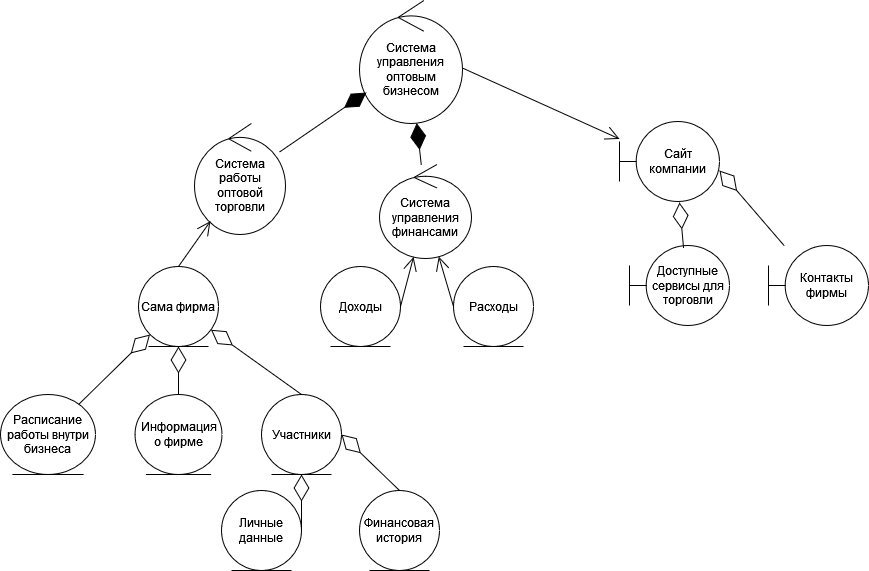
Above: 1.drawio.png in Helpmepleaseitishard/Aikms (draw.io), before the change. Source tidied: cells renumbered, new cells last; positions are measured from the earlier drawing's top-left corner, leaving out a move shared by most shapes. Source of this version:
```xml
<mxGraphModel>
  <root>
    <mxCell id="0" />
    <mxCell id="1" parent="0" />
    <mxCell id="2" value="Система управления оптовым бизнесом" style="ellipse;shape=umlControl;whiteSpace=wrap;html=1;" parent="1" vertex="1">
      <mxGeometry x="359" width="103" height="123" as="geometry" />
    </mxCell>
    <mxCell id="3" value="Система работы оптовой торговли" style="ellipse;shape=umlControl;whiteSpace=wrap;html=1;" parent="1" vertex="1">
      <mxGeometry x="194" y="123" width="91" height="111" as="geometry" />
    </mxCell>
    <mxCell id="4" value="Система управления финансами" style="ellipse;shape=umlControl;whiteSpace=wrap;html=1;" parent="1" vertex="1">
      <mxGeometry x="379" y="164" width="92" height="94" as="geometry" />
    </mxCell>
    <mxCell id="5" value="Сайт компании" style="shape=umlBoundary;whiteSpace=wrap;html=1;" parent="1" vertex="1">
      <mxGeometry x="619" y="121" width="100" height="80" as="geometry" />
    </mxCell>
    <mxCell id="6" value="Доходы" style="ellipse;shape=umlEntity;whiteSpace=wrap;html=1;" parent="1" vertex="1">
      <mxGeometry x="320" y="266" width="80" height="80" as="geometry" />
    </mxCell>
    <mxCell id="7" value="Расходы" style="ellipse;shape=umlEntity;whiteSpace=wrap;html=1;" parent="1" vertex="1">
      <mxGeometry x="453" y="266" width="80" height="80" as="geometry" />
    </mxCell>
    <mxCell id="8" value="Доступные сервисы для торговли" style="shape=umlBoundary;whiteSpace=wrap;html=1;" parent="1" vertex="1">
      <mxGeometry x="629" y="245" width="100" height="80" as="geometry" />
    </mxCell>
    <mxCell id="9" value="Контакты фирмы" style="shape=umlBoundary;whiteSpace=wrap;html=1;" parent="1" vertex="1">
      <mxGeometry x="768" y="245" width="100" height="80" as="geometry" />
    </mxCell>
    <mxCell id="10" value="Сама фирма" style="ellipse;shape=umlEntity;whiteSpace=wrap;html=1;" parent="1" vertex="1">
      <mxGeometry x="138" y="266" width="80" height="80" as="geometry" />
    </mxCell>
    <mxCell id="11" value="Расписание работы внутри бизнеса" style="ellipse;shape=umlEntity;whiteSpace=wrap;html=1;" parent="1" vertex="1">
      <mxGeometry y="394" width="95" height="80" as="geometry" />
    </mxCell>
    <mxCell id="12" value="Информация о фирме" style="ellipse;shape=umlEntity;whiteSpace=wrap;html=1;" parent="1" vertex="1">
      <mxGeometry x="134.5" y="394" width="87" height="80" as="geometry" />
    </mxCell>
    <mxCell id="13" value="Участники" style="ellipse;shape=umlEntity;whiteSpace=wrap;html=1;" parent="1" vertex="1">
      <mxGeometry x="261" y="394" width="80" height="80" as="geometry" />
    </mxCell>
    <mxCell id="14" value="Личные данные" style="ellipse;shape=umlEntity;whiteSpace=wrap;html=1;" parent="1" vertex="1">
      <mxGeometry x="221" y="490" width="80" height="80" as="geometry" />
    </mxCell>
    <mxCell id="15" value="Финансовая история" style="ellipse;shape=umlEntity;whiteSpace=wrap;html=1;" parent="1" vertex="1">
      <mxGeometry x="359" y="490" width="80" height="80" as="geometry" />
    </mxCell>
    <mxCell id="16" style="endArrow=diamondThin;endFill=1;endSize=24;html=1;rounded=0;fontSize=12;curved=1;" parent="1" edge="1" source="4" target="2">
      <mxGeometry relative="1" as="geometry" />
    </mxCell>
    <mxCell id="17" style="endArrow=diamondThin;endFill=1;endSize=24;html=1;rounded=0;fontSize=12;curved=1;" parent="1" edge="1" source="3" target="2">
      <mxGeometry relative="1" as="geometry" />
    </mxCell>
    <mxCell id="18" style="endArrow=open;endFill=1;endSize=12;html=1;rounded=0;fontSize=12;curved=1;exitX=1.01;exitY=0.553;exitDx=0;exitDy=0;exitPerimeter=0;" parent="1" edge="1" source="2" target="5">
      <mxGeometry relative="1" as="geometry" />
    </mxCell>
    <mxCell id="19" style="endArrow=diamondThin;endFill=0;endSize=24;html=1;rounded=0;fontSize=12;curved=1;exitX=0.54;exitY=0.025;exitDx=0;exitDy=0;exitPerimeter=0;entryX=0.6;entryY=1.013;entryDx=0;entryDy=0;entryPerimeter=0;" parent="1" edge="1" source="8" target="5">
      <mxGeometry relative="1" as="geometry" />
    </mxCell>
    <mxCell id="20" style="endArrow=diamondThin;endFill=0;endSize=24;html=1;rounded=0;fontSize=12;curved=1;entryX=1;entryY=0.613;entryDx=0;entryDy=0;entryPerimeter=0;" parent="1" edge="1" source="9" target="5">
      <mxGeometry relative="1" as="geometry" />
    </mxCell>
    <mxCell id="21" style="endArrow=open;endFill=1;endSize=12;html=1;rounded=0;fontSize=12;curved=1;exitX=1;exitY=0.5;exitDx=0;exitDy=0;" parent="1" edge="1" source="6" target="4">
      <mxGeometry relative="1" as="geometry" />
    </mxCell>
    <mxCell id="22" style="endArrow=open;endFill=1;endSize=12;html=1;rounded=0;fontSize=12;curved=1;exitX=0;exitY=0.5;exitDx=0;exitDy=0;" parent="1" edge="1" source="7" target="4">
      <mxGeometry relative="1" as="geometry" />
    </mxCell>
    <mxCell id="23" style="endArrow=diamondThin;endFill=0;endSize=24;html=1;rounded=0;fontSize=12;curved=1;" parent="1" edge="1" source="11" target="10">
      <mxGeometry relative="1" as="geometry" />
    </mxCell>
    <mxCell id="24" style="endArrow=diamondThin;endFill=0;endSize=24;html=1;rounded=0;fontSize=12;curved=1;entryX=0.5;entryY=1;entryDx=0;entryDy=0;" parent="1" edge="1" source="12" target="10">
      <mxGeometry relative="1" as="geometry" />
    </mxCell>
    <mxCell id="25" style="endArrow=diamondThin;endFill=0;endSize=24;html=1;rounded=0;fontSize=12;curved=1;exitX=0.5;exitY=0;exitDx=0;exitDy=0;" parent="1" edge="1" source="13" target="10">
      <mxGeometry relative="1" as="geometry" />
    </mxCell>
    <mxCell id="26" style="endArrow=diamondThin;endFill=0;endSize=24;html=1;rounded=0;fontSize=12;curved=1;entryX=1;entryY=0.5;entryDx=0;entryDy=0;exitX=0.5;exitY=0;exitDx=0;exitDy=0;" parent="1" edge="1" source="15" target="13">
      <mxGeometry relative="1" as="geometry" />
    </mxCell>
    <mxCell id="27" style="endArrow=diamondThin;endFill=0;endSize=24;html=1;rounded=0;fontSize=12;curved=1;entryX=0.5;entryY=1;entryDx=0;entryDy=0;exitX=1;exitY=0.5;exitDx=0;exitDy=0;" parent="1" edge="1" source="14" target="13">
      <mxGeometry relative="1" as="geometry" />
    </mxCell>
    <mxCell id="28" style="endArrow=open;endFill=1;endSize=12;html=1;rounded=0;fontSize=12;curved=1;exitX=0.5;exitY=0;exitDx=0;exitDy=0;" parent="1" edge="1" source="10" target="3">
      <mxGeometry relative="1" as="geometry" />
    </mxCell>
  </root>
</mxGraphModel>
```
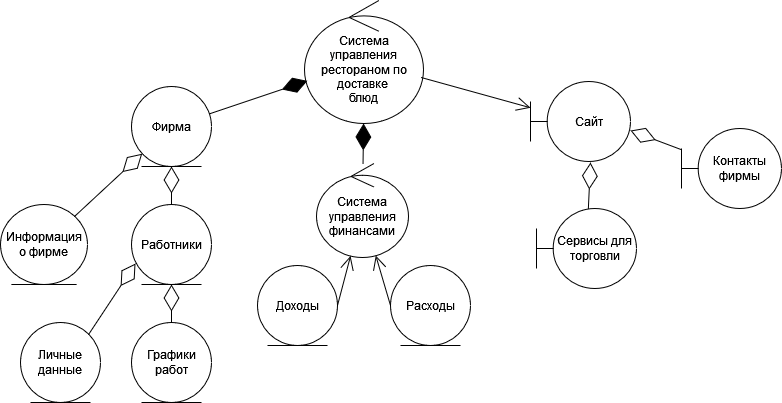
Above is the later version.

What changed in the source:
```diff
@@ -2,58 +2,52 @@
   <root>
     <mxCell id="0" />
     <mxCell id="1" parent="0" />
-    <mxCell id="2" value="Система управления оптовым бизнесом" style="ellipse;shape=umlControl;whiteSpace=wrap;html=1;" parent="1" vertex="1">
-      <mxGeometry x="359" width="103" height="123" as="geometry" />
+    <mxCell id="2" value="&lt;div&gt;Система управления рестораном по доставке&amp;nbsp;&lt;/div&gt;&lt;div&gt;блюд&lt;/div&gt;" style="ellipse;shape=umlControl;whiteSpace=wrap;html=1;" parent="1" vertex="1">
+      <mxGeometry x="359" width="119" height="123" as="geometry" />
     </mxCell>
-    <mxCell id="3" value="Система работы оптовой торговли" style="ellipse;shape=umlControl;whiteSpace=wrap;html=1;" parent="1" vertex="1">
-      <mxGeometry x="194" y="123" width="91" height="111" as="geometry" />
-    </mxCell>
     <mxCell id="4" value="Система управления финансами" style="ellipse;shape=umlControl;whiteSpace=wrap;html=1;" parent="1" vertex="1">
-      <mxGeometry x="379" y="164" width="92" height="94" as="geometry" />
+      <mxGeometry x="371" y="163" width="92" height="94" as="geometry" />
     </mxCell>
-    <mxCell id="5" value="Сайт компании" style="shape=umlBoundary;whiteSpace=wrap;html=1;" parent="1" vertex="1">
-      <mxGeometry x="619" y="121" width="100" height="80" as="geometry" />
+    <mxCell id="5" value="Сайт" style="shape=umlBoundary;whiteSpace=wrap;html=1;" parent="1" vertex="1">
+      <mxGeometry x="585" y="81" width="100" height="80" as="geometry" />
     </mxCell>
     <mxCell id="6" value="Доходы" style="ellipse;shape=umlEntity;whiteSpace=wrap;html=1;" parent="1" vertex="1">
-      <mxGeometry x="320" y="266" width="80" height="80" as="geometry" />
+      <mxGeometry x="312" y="265" width="80" height="80" as="geometry" />
     </mxCell>
     <mxCell id="7" value="Расходы" style="ellipse;shape=umlEntity;whiteSpace=wrap;html=1;" parent="1" vertex="1">
-      <mxGeometry x="453" y="266" width="80" height="80" as="geometry" />
+      <mxGeometry x="445" y="265" width="80" height="80" as="geometry" />
     </mxCell>
-    <mxCell id="8" value="Доступные сервисы для торговли" style="shape=umlBoundary;whiteSpace=wrap;html=1;" parent="1" vertex="1">
-      <mxGeometry x="629" y="245" width="100" height="80" as="geometry" />
+    <mxCell id="8" value="Сервисы для торговли" style="shape=umlBoundary;whiteSpace=wrap;html=1;" parent="1" vertex="1">
+      <mxGeometry x="591" y="208" width="100" height="80" as="geometry" />
     </mxCell>
     <mxCell id="9" value="Контакты фирмы" style="shape=umlBoundary;whiteSpace=wrap;html=1;" parent="1" vertex="1">
-      <mxGeometry x="768" y="245" width="100" height="80" as="geometry" />
+      <mxGeometry x="736" y="128" width="100" height="80" as="geometry" />
     </mxCell>
-    <mxCell id="10" value="Сама фирма" style="ellipse;shape=umlEntity;whiteSpace=wrap;html=1;" parent="1" vertex="1">
-      <mxGeometry x="138" y="266" width="80" height="80" as="geometry" />
+    <mxCell id="10" value="Фирма" style="ellipse;shape=umlEntity;whiteSpace=wrap;html=1;" parent="1" vertex="1">
+      <mxGeometry x="186" y="86" width="80" height="80" as="geometry" />
     </mxCell>
-    <mxCell id="11" value="Расписание работы внутри бизнеса" style="ellipse;shape=umlEntity;whiteSpace=wrap;html=1;" parent="1" vertex="1">
-      <mxGeometry y="394" width="95" height="80" as="geometry" />
-    </mxCell>
     <mxCell id="12" value="Информация о фирме" style="ellipse;shape=umlEntity;whiteSpace=wrap;html=1;" parent="1" vertex="1">
-      <mxGeometry x="134.5" y="394" width="87" height="80" as="geometry" />
+      <mxGeometry x="55" y="204" width="87" height="80" as="geometry" />
     </mxCell>
-    <mxCell id="13" value="Участники" style="ellipse;shape=umlEntity;whiteSpace=wrap;html=1;" parent="1" vertex="1">
-      <mxGeometry x="261" y="394" width="80" height="80" as="geometry" />
+    <mxCell id="13" value="Работники" style="ellipse;shape=umlEntity;whiteSpace=wrap;html=1;" parent="1" vertex="1">
+      <mxGeometry x="186" y="204" width="80" height="80" as="geometry" />
     </mxCell>
     <mxCell id="14" value="Личные данные" style="ellipse;shape=umlEntity;whiteSpace=wrap;html=1;" parent="1" vertex="1">
-      <mxGeometry x="221" y="490" width="80" height="80" as="geometry" />
+      <mxGeometry x="75" y="322" width="80" height="80" as="geometry" />
     </mxCell>
-    <mxCell id="15" value="Финансовая история" style="ellipse;shape=umlEntity;whiteSpace=wrap;html=1;" parent="1" vertex="1">
-      <mxGeometry x="359" y="490" width="80" height="80" as="geometry" />
+    <mxCell id="15" value="Графики работ" style="ellipse;shape=umlEntity;whiteSpace=wrap;html=1;" parent="1" vertex="1">
+      <mxGeometry x="186" y="322" width="80" height="80" as="geometry" />
     </mxCell>
     <mxCell id="16" style="endArrow=diamondThin;endFill=1;endSize=24;html=1;rounded=0;fontSize=12;curved=1;" parent="1" edge="1" source="4" target="2">
       <mxGeometry relative="1" as="geometry" />
     </mxCell>
-    <mxCell id="17" style="endArrow=diamondThin;endFill=1;endSize=24;html=1;rounded=0;fontSize=12;curved=1;" parent="1" edge="1" source="3" target="2">
+    <mxCell id="17" style="endArrow=diamondThin;endFill=1;endSize=24;html=1;rounded=0;fontSize=12;curved=1;" parent="1" edge="1" source="10" target="2">
       <mxGeometry relative="1" as="geometry" />
     </mxCell>
-    <mxCell id="18" style="endArrow=open;endFill=1;endSize=12;html=1;rounded=0;fontSize=12;curved=1;exitX=1.01;exitY=0.553;exitDx=0;exitDy=0;exitPerimeter=0;" parent="1" edge="1" source="2" target="5">
+    <mxCell id="18" style="endArrow=open;endFill=1;endSize=12;html=1;rounded=0;fontSize=12;curved=1;" parent="1" edge="1" source="2" target="5">
       <mxGeometry relative="1" as="geometry" />
     </mxCell>
-    <mxCell id="19" style="endArrow=diamondThin;endFill=0;endSize=24;html=1;rounded=0;fontSize=12;curved=1;exitX=0.54;exitY=0.025;exitDx=0;exitDy=0;exitPerimeter=0;entryX=0.6;entryY=1.013;entryDx=0;entryDy=0;entryPerimeter=0;" parent="1" edge="1" source="8" target="5">
+    <mxCell id="19" style="endArrow=diamondThin;endFill=0;endSize=24;html=1;rounded=0;fontSize=12;curved=1;entryX=0.6;entryY=1.013;entryDx=0;entryDy=0;entryPerimeter=0;" parent="1" edge="1" source="8" target="5">
       <mxGeometry relative="1" as="geometry" />
     </mxCell>
     <mxCell id="20" style="endArrow=diamondThin;endFill=0;endSize=24;html=1;rounded=0;fontSize=12;curved=1;entryX=1;entryY=0.613;entryDx=0;entryDy=0;entryPerimeter=0;" parent="1" edge="1" source="9" target="5">
@@ -65,23 +59,17 @@
     <mxCell id="22" style="endArrow=open;endFill=1;endSize=12;html=1;rounded=0;fontSize=12;curved=1;exitX=0;exitY=0.5;exitDx=0;exitDy=0;" parent="1" edge="1" source="7" target="4">
       <mxGeometry relative="1" as="geometry" />
     </mxCell>
-    <mxCell id="23" style="endArrow=diamondThin;endFill=0;endSize=24;html=1;rounded=0;fontSize=12;curved=1;" parent="1" edge="1" source="11" target="10">
-      <mxGeometry relative="1" as="geometry" />
-    </mxCell>
-    <mxCell id="24" style="endArrow=diamondThin;endFill=0;endSize=24;html=1;rounded=0;fontSize=12;curved=1;entryX=0.5;entryY=1;entryDx=0;entryDy=0;" parent="1" edge="1" source="12" target="10">
+    <mxCell id="24" style="endArrow=diamondThin;endFill=0;endSize=24;html=1;rounded=0;fontSize=12;curved=1;" parent="1" edge="1" source="12" target="10">
       <mxGeometry relative="1" as="geometry" />
     </mxCell>
     <mxCell id="25" style="endArrow=diamondThin;endFill=0;endSize=24;html=1;rounded=0;fontSize=12;curved=1;exitX=0.5;exitY=0;exitDx=0;exitDy=0;" parent="1" edge="1" source="13" target="10">
       <mxGeometry relative="1" as="geometry" />
     </mxCell>
-    <mxCell id="26" style="endArrow=diamondThin;endFill=0;endSize=24;html=1;rounded=0;fontSize=12;curved=1;entryX=1;entryY=0.5;entryDx=0;entryDy=0;exitX=0.5;exitY=0;exitDx=0;exitDy=0;" parent="1" edge="1" source="15" target="13">
+    <mxCell id="26" style="endArrow=diamondThin;endFill=0;endSize=24;html=1;rounded=0;fontSize=12;curved=1;entryX=0.5;entryY=1;entryDx=0;entryDy=0;" parent="1" edge="1" source="15" target="13">
       <mxGeometry relative="1" as="geometry" />
     </mxCell>
-    <mxCell id="27" style="endArrow=diamondThin;endFill=0;endSize=24;html=1;rounded=0;fontSize=12;curved=1;entryX=0.5;entryY=1;entryDx=0;entryDy=0;exitX=1;exitY=0.5;exitDx=0;exitDy=0;" parent="1" edge="1" source="14" target="13">
+    <mxCell id="27" style="endArrow=diamondThin;endFill=0;endSize=24;html=1;rounded=0;fontSize=12;curved=1;exitX=1;exitY=0;exitDx=0;exitDy=0;entryX=0.05;entryY=0.738;entryDx=0;entryDy=0;entryPerimeter=0;" parent="1" edge="1" source="14" target="13">
       <mxGeometry relative="1" as="geometry" />
     </mxCell>
-    <mxCell id="28" style="endArrow=open;endFill=1;endSize=12;html=1;rounded=0;fontSize=12;curved=1;exitX=0.5;exitY=0;exitDx=0;exitDy=0;" parent="1" edge="1" source="10" target="3">
-      <mxGeometry relative="1" as="geometry" />
-    </mxCell>
   </root>
 </mxGraphModel>
```
